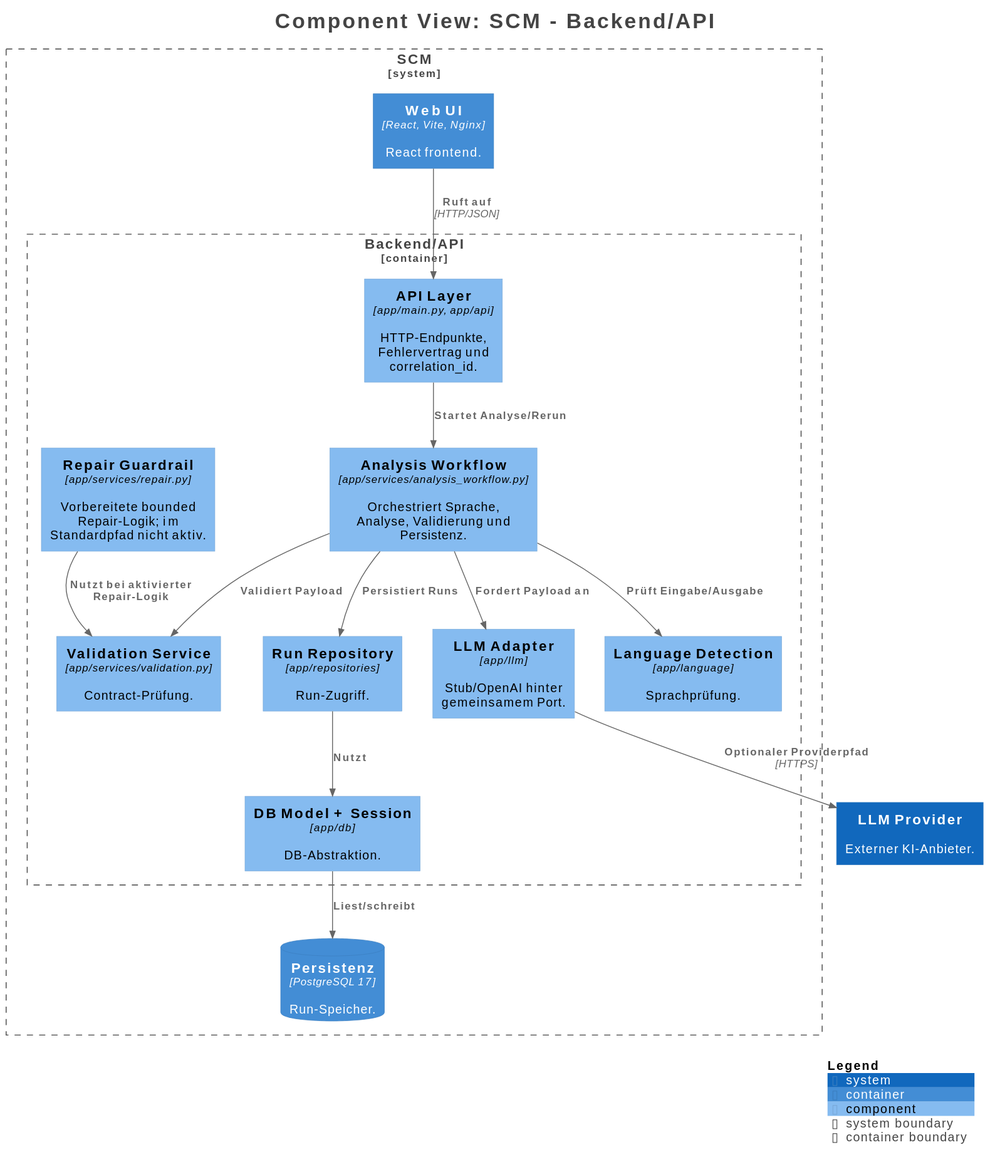
The PlantUML diagram docs/diagrams/rendered/c3-backend-components.svg in r0brt/scm-01, before a commit.
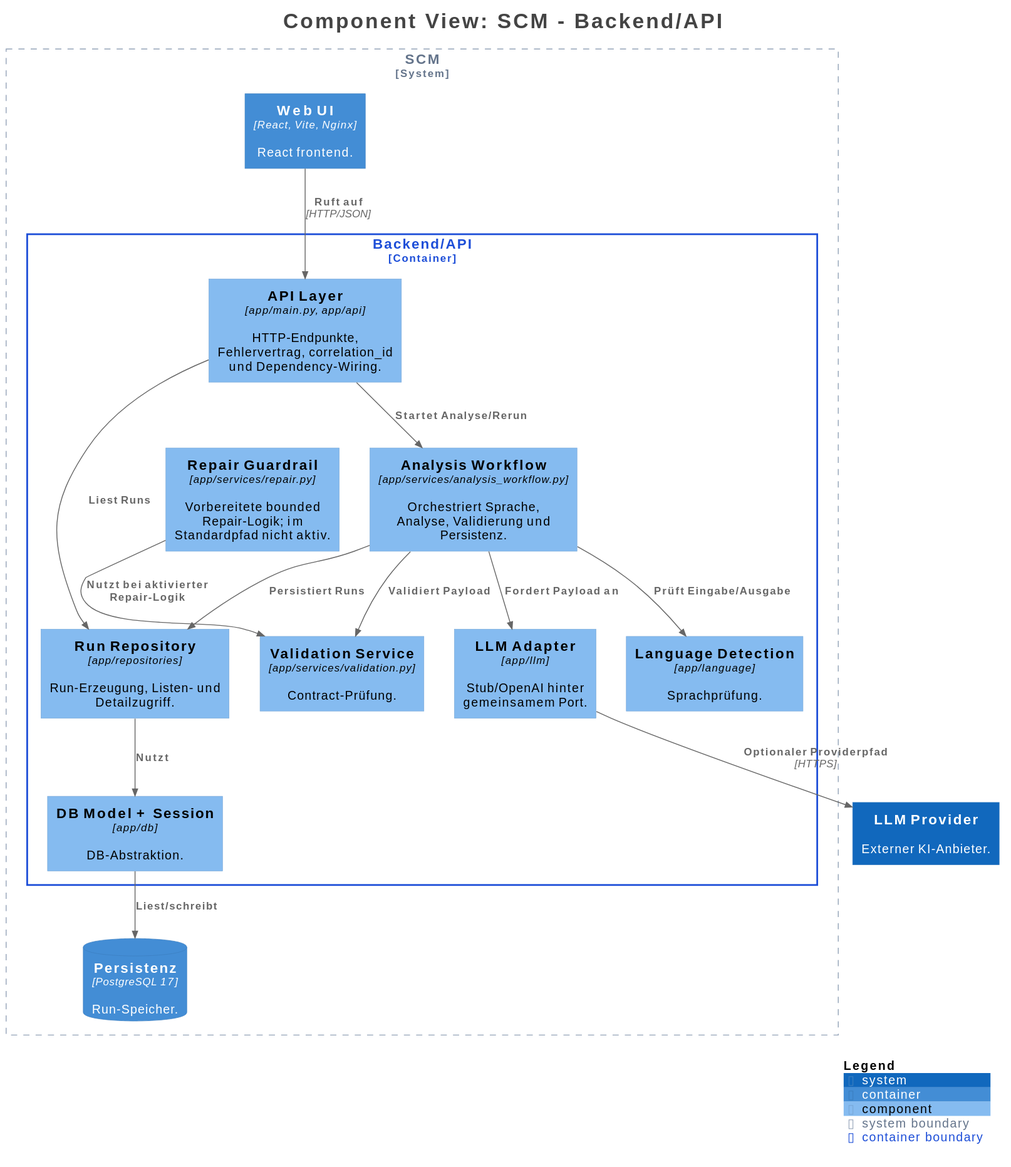
The same file after the commit.

Change to the diagram source:
```diff
@@ -16,14 +16,16 @@
 !include <C4/C4_Container>
 !include <C4/C4_Component>
 
+!include docs/diagrams/plantuml/c4-boundary-style.puml
+
 System(LLMProvider, "LLM Provider", $descr="Externer KI-Anbieter.", $tags="", $link="")
 
 System_Boundary("SCM_boundary", "SCM", $tags="") {
   Container_Boundary("SCM.BackendAPI_boundary", "Backend/API", $tags="") {
-    Component(SCM.BackendAPI.RunRepository, "Run Repository", $techn="app/repositories", $descr="Run-Zugriff.", $tags="", $link="")
+    Component(SCM.BackendAPI.RunRepository, "Run Repository", $techn="app/repositories", $descr="Run-Erzeugung, Listen- und Detailzugriff.", $tags="", $link="")
     Component(SCM.BackendAPI.DBModelSession, "DB Model + Session", $techn="app/db", $descr="DB-Abstraktion.", $tags="", $link="")
     Component(SCM.BackendAPI.RepairGuardrail, "Repair Guardrail", $techn="app/services/repair.py", $descr="Vorbereitete bounded Repair-Logik; im Standardpfad nicht aktiv.", $tags="", $link="")
-    Component(SCM.BackendAPI.APILayer, "API Layer", $techn="app/main.py, app/api", $descr="HTTP-Endpunkte, Fehlervertrag und correlation_id.", $tags="", $link="")
+    Component(SCM.BackendAPI.APILayer, "API Layer", $techn="app/main.py, app/api", $descr="HTTP-Endpunkte, Fehlervertrag, correlation_id und Dependency-Wiring.", $tags="", $link="")
     Component(SCM.BackendAPI.AnalysisWorkflow, "Analysis Workflow", $techn="app/services/analysis_workflow.py", $descr="Orchestriert Sprache, Analyse, Validierung und Persistenz.", $tags="", $link="")
     Component(SCM.BackendAPI.LanguageDetection, "Language Detection", $techn="app/language", $descr="Sprachprüfung.", $tags="", $link="")
     Component(SCM.BackendAPI.ValidationService, "Validation Service", $techn="app/services/validation.py", $descr="Contract-Prüfung.", $tags="", $link="")
@@ -36,6 +38,7 @@
 
 Rel(SCM.WebUI, SCM.BackendAPI.APILayer, "Ruft auf", $techn="HTTP/JSON", $tags="", $link="")
 Rel(SCM.BackendAPI.APILayer, SCM.BackendAPI.AnalysisWorkflow, "Startet Analyse/Rerun", $techn="", $tags="", $link="")
+Rel(SCM.BackendAPI.APILayer, SCM.BackendAPI.RunRepository, "Liest Runs", $techn="", $tags="", $link="")
 Rel(SCM.BackendAPI.AnalysisWorkflow, SCM.BackendAPI.LanguageDetection, "Prüft Eingabe/Ausgabe", $techn="", $tags="", $link="")
 Rel(SCM.BackendAPI.AnalysisWorkflow, SCM.BackendAPI.LLMAdapter, "Fordert Payload an", $techn="", $tags="", $link="")
 Rel(SCM.BackendAPI.AnalysisWorkflow, SCM.BackendAPI.ValidationService, "Validiert Payload", $techn="", $tags="", $link="")
```
